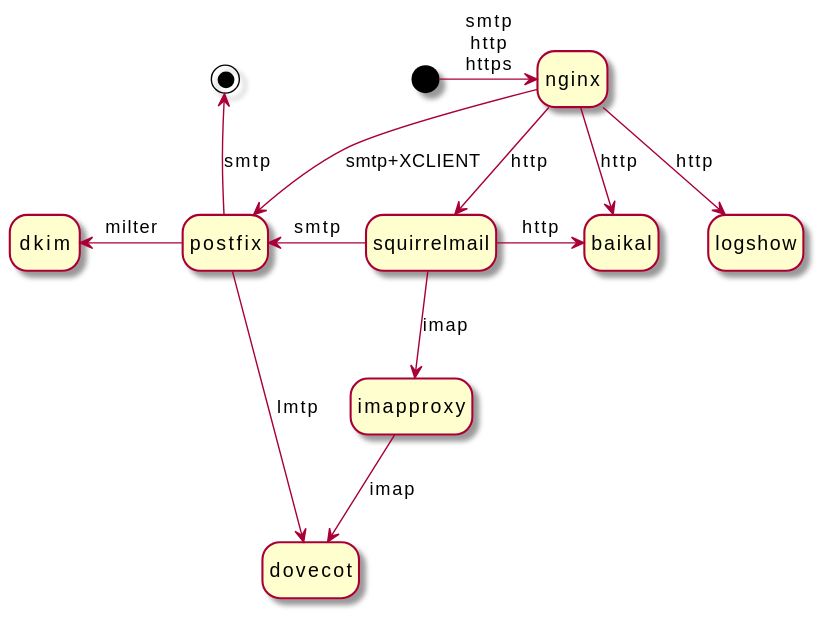
Earlier version of the PlantUML export containers.svg (Lex-2008/containers).
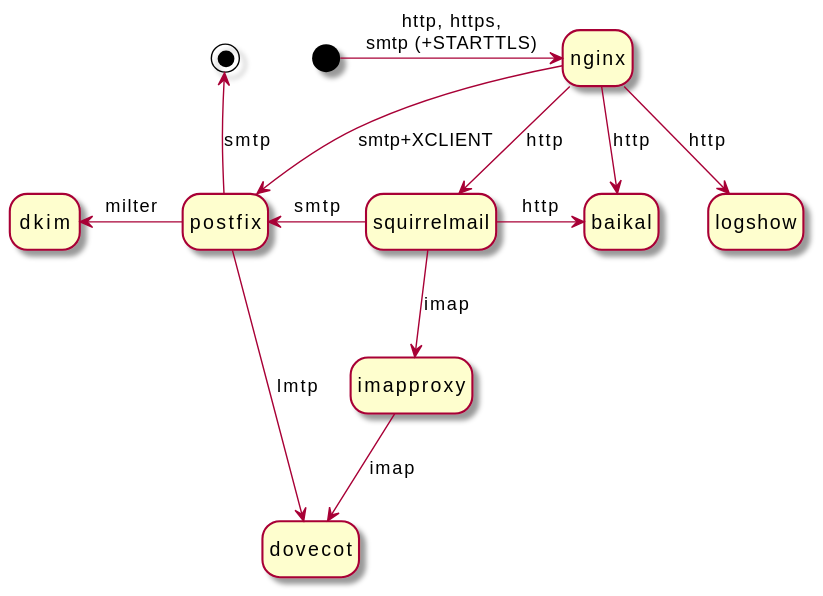
Later version of the same file.

Diff of the diagram source:
```diff
@@ -1,7 +1,7 @@
 @startuml
 hide empty description
 
-[*] -> nginx: smtp\nhttp\nhttps
+[*] -> nginx: http, https,\nsmtp (+STARTTLS)
 
 state postfix
 nginx --> postfix: smtp+XCLIENT
```
